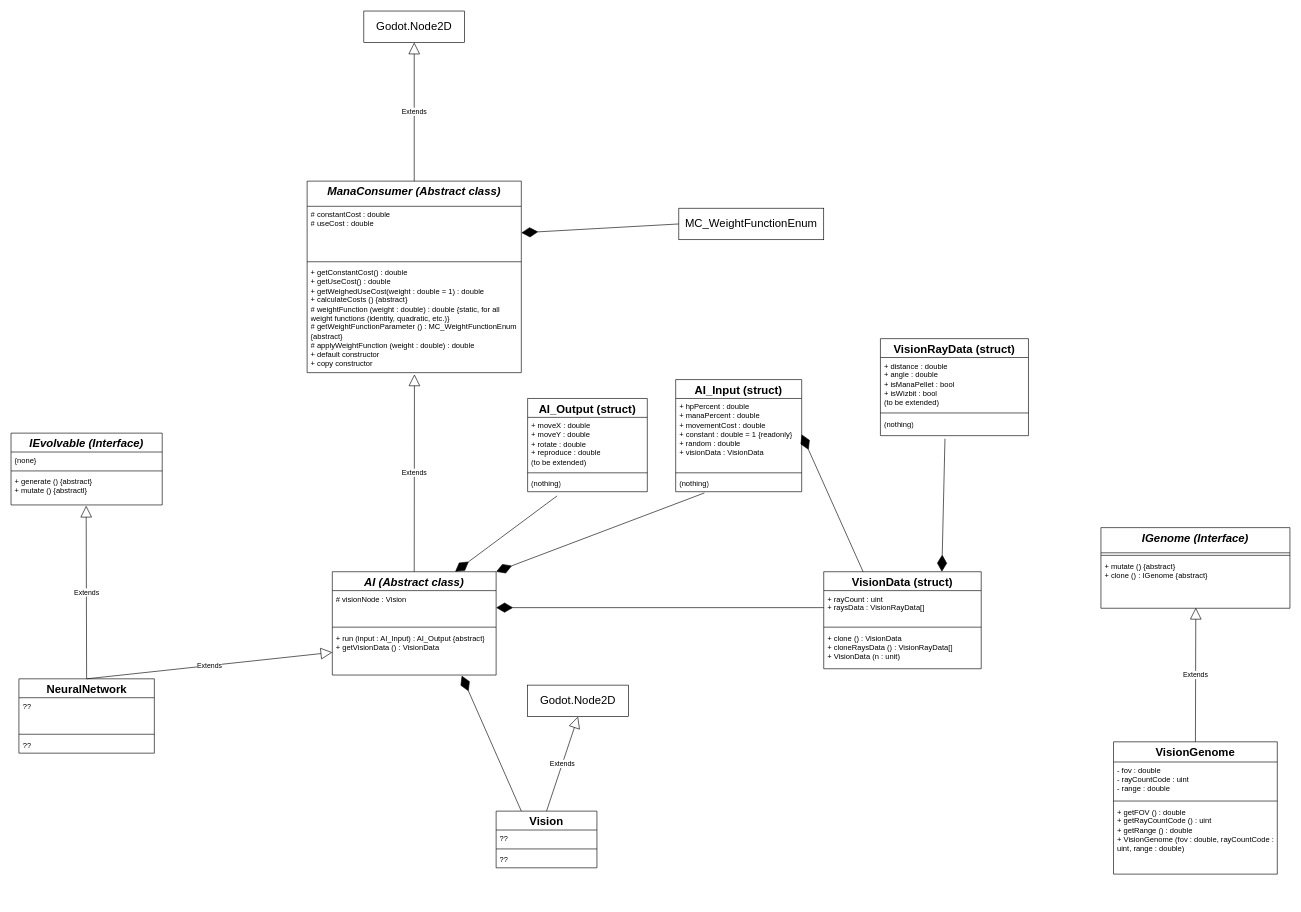
anastasia-stefanescu/MagicEvolution keeps this draw.io diagram as project_structure/ai.drawio. Above is the earlier version. Source tidied: cells renumbered, new cells numbered last; positions are measured from the earlier drawing's top-left corner, leaving out a move shared by most shapes. Both pictures are drawn from the tidied source at 63%, with x=0, y=0 at pixel (11, 11).
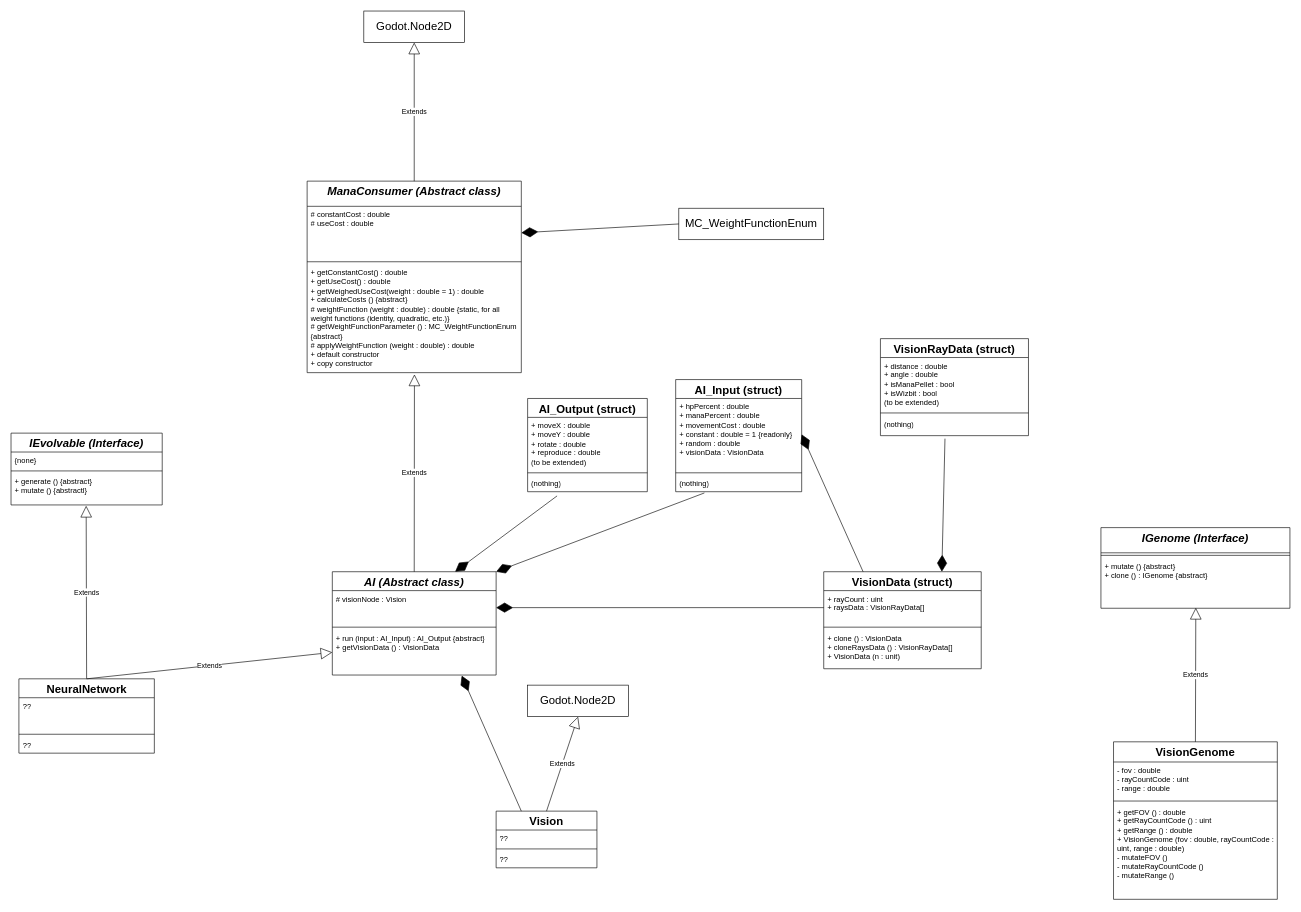
The same diagram, later.

Commit message:
Updated VisionGenome in ai uml

The edit, as a diff of the source:
```diff
@@
     <mxCell id="53" value="&lt;font style=&quot;font-size: 18px;&quot;&gt;VisionGenome&lt;/font&gt;" style="swimlane;fontStyle=1;align=center;verticalAlign=top;horizontal=1;startSize=32;whiteSpace=wrap;html=1;" parent="1" vertex="1">
-      <mxGeometry x="1750" y="1160" width="260" height="210" as="geometry" />
+      <mxGeometry x="1750" y="1160" width="260" height="250" as="geometry" />
     </mxCell>
@@
-    <mxCell id="56" value="+ getFOV () : double&lt;div&gt;+ getRayCountCode () : uint&lt;/div&gt;&lt;div&gt;+ getRange () : double&lt;/div&gt;&lt;div&gt;+ VisionGenome (fov : double, rayCountCode : uint, range : double)&lt;/div&gt;" style="text;strokeColor=none;fillColor=none;align=left;verticalAlign=top;spacingLeft=4;spacingRight=4;overflow=hidden;whiteSpace=wrap;html=1;" parent="53" vertex="1">
-      <mxGeometry y="98" width="260" height="112" as="geometry" />
+    <mxCell id="56" value="+ getFOV () : double&lt;div&gt;+ getRayCountCode () : uint&lt;/div&gt;&lt;div&gt;+ getRange () : double&lt;/div&gt;&lt;div&gt;+ VisionGenome (fov : double, rayCountCode : uint, range : double)&lt;/div&gt;&lt;div&gt;- mutateFOV ()&lt;/div&gt;&lt;div&gt;- mutateRayCountCode ()&lt;/div&gt;&lt;div&gt;- mutateRange ()&lt;/div&gt;" style="text;strokeColor=none;fillColor=none;align=left;verticalAlign=top;spacingLeft=4;spacingRight=4;overflow=hidden;whiteSpace=wrap;html=1;" parent="53" vertex="1">
+      <mxGeometry y="98" width="260" height="152" as="geometry" />
     </mxCell>
```
